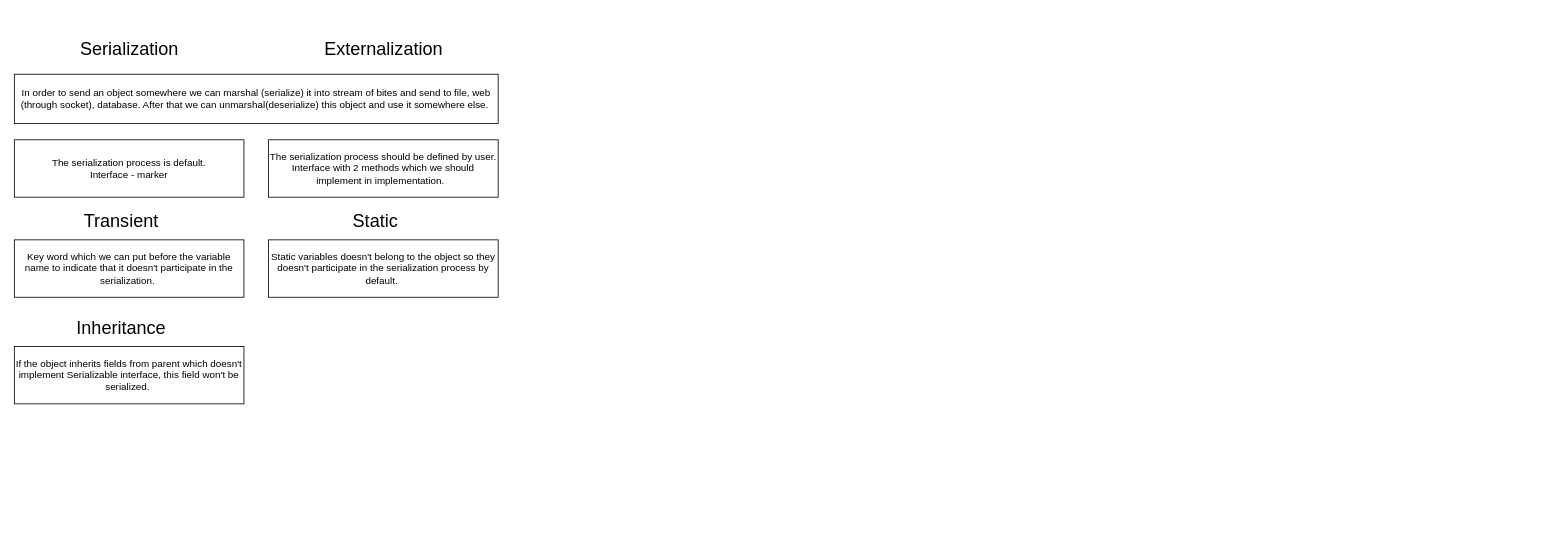
Earlier version of the draw.io diagram ProgrammingConspectus.drawio (FedosovMax/diagrams). Source tidied: cells renumbered, new cells numbered last; positions are measured from the earlier drawing's top-left corner, leaving out a move shared by most shapes. Both pictures are drawn from the tidied source at 82%, with x=0, y=0 at pixel (14, 41). Pictures stored in the file or linked from it are replaced by grey dashed boxes.
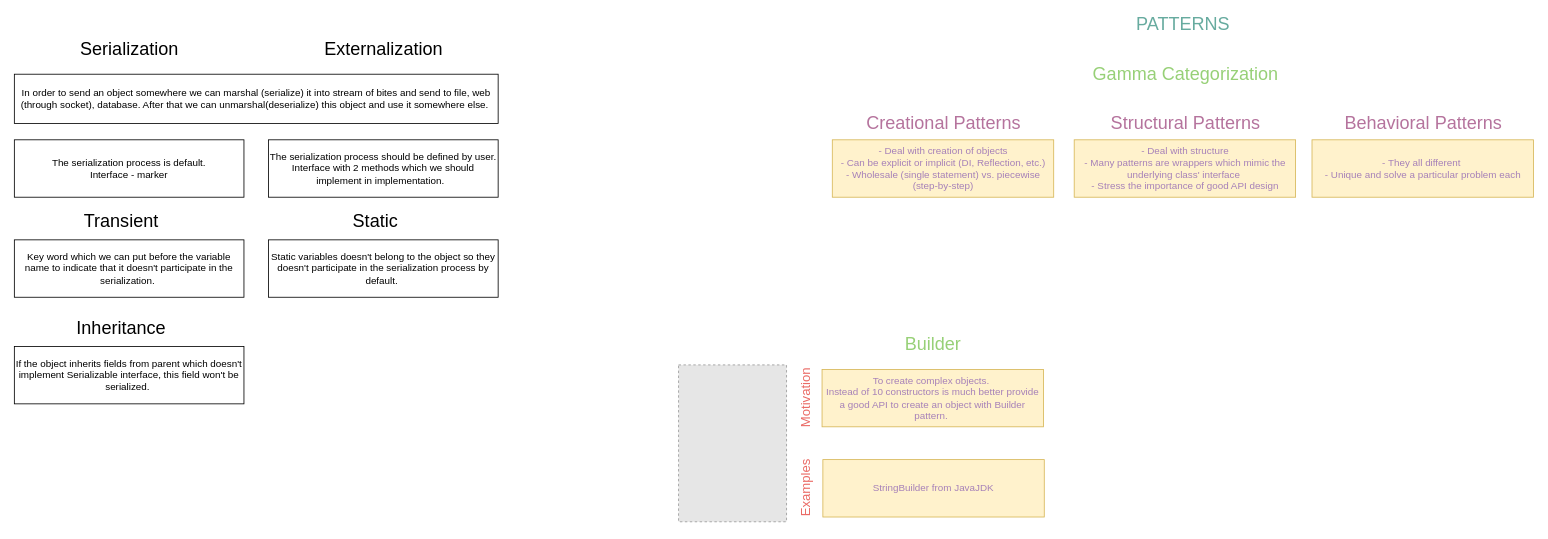
Above is the later version.

Change to the diagram source:
```diff
@@
+    <mxCell id="13" value="&lt;span style=&quot;font-size: 22px&quot;&gt;&lt;font color=&quot;#67ab9f&quot;&gt;PATTERNS&lt;/font&gt;&lt;/span&gt;" style="text;html=1;align=center;verticalAlign=middle;fillColor=none;strokeColor=none;" parent="1" vertex="1">
+      <mxGeometry x="1360" y="-30" width="130" height="20" as="geometry" />
+    </mxCell>
+    <mxCell id="14" value="&lt;span style=&quot;font-size: 22px&quot;&gt;Gamma Categorization&lt;/span&gt;" style="text;html=1;align=center;verticalAlign=middle;fontColor=#97D077;" parent="1" vertex="1">
+      <mxGeometry x="1307.5" y="30" width="240" height="20" as="geometry" />
+    </mxCell>
+    <mxCell id="15" value="&lt;span style=&quot;font-size: 22px&quot;&gt;Creational Patterns&lt;/span&gt;" style="text;html=1;align=center;verticalAlign=middle;fontColor=#B5739D;" parent="1" vertex="1">
+      <mxGeometry x="1032.5" y="90" width="200" height="20" as="geometry" />
+    </mxCell>
+    <mxCell id="16" value="- Deal with creation of objects&lt;br&gt;- Can be explicit or implicit (DI, Reflection, etc.)&lt;br&gt;- Wholesale (single statement) vs. piecewise (step-by-step)" style="rounded=0;whiteSpace=wrap;html=1;fillColor=#fff2cc;strokeColor=#d6b656;labelBackgroundColor=none;fontColor=#A680B8;" parent="1" vertex="1">
+      <mxGeometry x="997.5" y="120" width="270" height="70" as="geometry" />
+    </mxCell>
+    <mxCell id="17" value="&lt;span style=&quot;font-size: 22px&quot;&gt;Structural Patterns&lt;/span&gt;" style="text;html=1;align=center;verticalAlign=middle;fontColor=#B5739D;" parent="1" vertex="1">
+      <mxGeometry x="1327.5" y="90" width="200" height="20" as="geometry" />
+    </mxCell>
+    <mxCell id="18" value="- Deal with structure&lt;br&gt;- Many patterns are wrappers which mimic the underlying class' interface&amp;nbsp;&lt;br&gt;- Stress the importance of good API design" style="rounded=0;whiteSpace=wrap;html=1;fillColor=#fff2cc;strokeColor=#d6b656;labelBackgroundColor=none;fontColor=#A680B8;" parent="1" vertex="1">
+      <mxGeometry x="1292.5" y="120" width="270" height="70" as="geometry" />
+    </mxCell>
+    <mxCell id="19" value="&lt;span style=&quot;font-size: 22px&quot;&gt;Behavioral Patterns&lt;/span&gt;" style="text;html=1;align=center;verticalAlign=middle;fontColor=#B5739D;" parent="1" vertex="1">
+      <mxGeometry x="1612.5" y="90" width="210" height="20" as="geometry" />
+    </mxCell>
+    <mxCell id="20" value="- They all different&amp;nbsp;&lt;br&gt;- Unique and solve a particular problem each" style="rounded=0;whiteSpace=wrap;html=1;fillColor=#fff2cc;strokeColor=#d6b656;labelBackgroundColor=none;fontColor=#A680B8;" parent="1" vertex="1">
+      <mxGeometry x="1582.5" y="120" width="270" height="70" as="geometry" />
+    </mxCell>
+    <mxCell id="21" value="&lt;span style=&quot;font-size: 22px&quot;&gt;Builder&lt;/span&gt;" style="text;html=1;align=center;verticalAlign=middle;fontColor=#97D077;" parent="1" vertex="1">
+      <mxGeometry x="1080" y="360" width="80" height="20" as="geometry" />
+    </mxCell>
+    <mxCell id="22" value="To create complex objects.&amp;nbsp;&lt;br&gt;Instead of 10 constructors is much better provide a good API to create an object with Builder pattern.&amp;nbsp;" style="rounded=0;whiteSpace=wrap;html=1;fillColor=#fff2cc;strokeColor=#d6b656;labelBackgroundColor=none;fontColor=#A680B8;" parent="1" vertex="1">
+      <mxGeometry x="985" y="400" width="270" height="70" as="geometry" />
+    </mxCell>
+    <mxCell id="23" value="&lt;font color=&quot;#ea6b66&quot; style=&quot;font-size: 16px&quot;&gt;Motivation&lt;/font&gt;" style="text;html=1;align=center;verticalAlign=middle;fontColor=#97D077;rotation=-90;" parent="1" vertex="1">
+      <mxGeometry x="920" y="425" width="90" height="20" as="geometry" />
+    </mxCell>
+    <mxCell id="24" value="StringBuilder from JavaJDK" style="rounded=0;whiteSpace=wrap;html=1;fillColor=#fff2cc;strokeColor=#d6b656;labelBackgroundColor=none;fontColor=#A680B8;" parent="1" vertex="1">
+      <mxGeometry x="986" y="510" width="270" height="70" as="geometry" />
+    </mxCell>
+    <mxCell id="25" value="&lt;font color=&quot;#ea6b66&quot; style=&quot;font-size: 16px&quot;&gt;Examples&lt;/font&gt;" style="text;html=1;align=center;verticalAlign=middle;fontColor=#97D077;rotation=-90;" parent="1" vertex="1">
+      <mxGeometry x="920" y="535" width="90" height="20" as="geometry" />
+    </mxCell>
+    <mxCell id="26" style="fillColor=#E6E6E6;strokeColor=#999999;dashed=1;verticalLabelPosition=bottom;labelBackgroundColor=#ffffff;verticalAlign=top;" parent="1" vertex="1">
+      <mxGeometry x="810" y="394.5" width="131.7" height="191.3" as="geometry" />
+    </mxCell>
```
